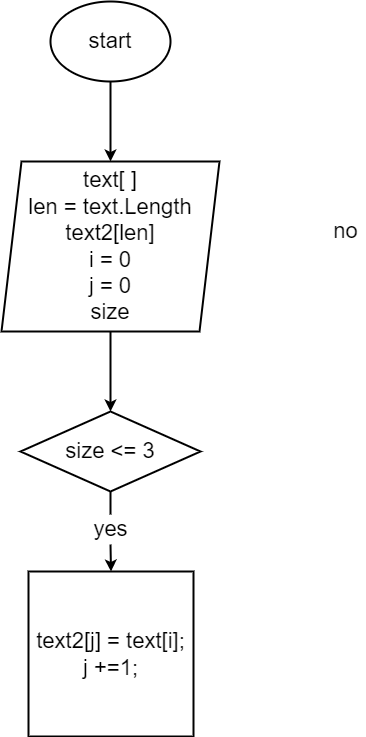
The draw.io diagram algorithm.drawio.png in winvairu/the_result_of_the_first_block, before a commit. Source tidied: cells renumbered, new cells last; positions are measured from the earlier drawing's top-left corner, leaving out a move shared by most shapes.
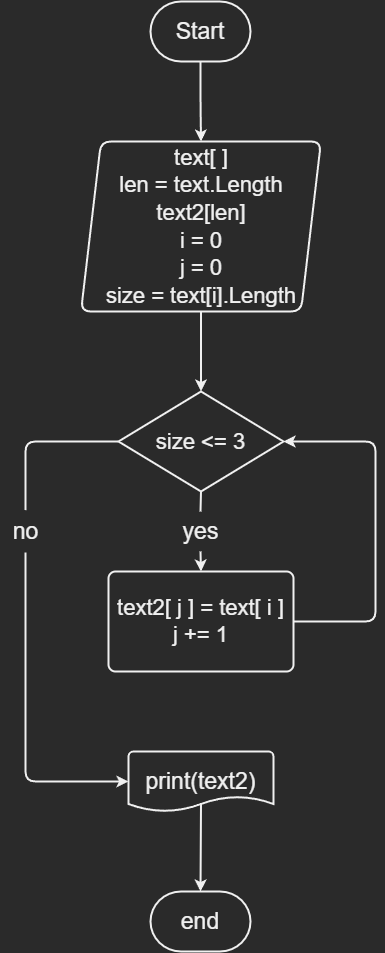
Later version of the same file.

Change to the diagram source:
```diff
@@ -2,35 +2,70 @@
   <root>
     <mxCell id="0" />
     <mxCell id="1" parent="0" />
-    <mxCell id="2" style="edgeStyle=none;html=1;exitX=0.5;exitY=1;exitDx=0;exitDy=0;entryX=0.5;entryY=0;entryDx=0;entryDy=0;fontSize=22;strokeWidth=2;" parent="1" edge="1" source="3" target="5">
-      <mxGeometry relative="1" as="geometry" />
-    </mxCell>
-    <mxCell id="3" value="&lt;font style=&quot;font-size: 22px&quot;&gt;start&lt;/font&gt;" style="ellipse;whiteSpace=wrap;html=1;strokeWidth=2;" parent="1" vertex="1">
-      <mxGeometry x="49" width="120" height="80" as="geometry" />
-    </mxCell>
-    <mxCell id="4" style="edgeStyle=none;html=1;exitX=0.5;exitY=1;exitDx=0;exitDy=0;entryX=0.5;entryY=0;entryDx=0;entryDy=0;fontSize=22;strokeWidth=2;" parent="1" edge="1" source="5" target="7">
-      <mxGeometry relative="1" as="geometry" />
-    </mxCell>
-    <mxCell id="5" value="text[ ]&lt;br&gt;len = text.Length&lt;br&gt;text2[len]&lt;br&gt;i = 0&lt;br&gt;j = 0&lt;br&gt;size" style="shape=parallelogram;perimeter=parallelogramPerimeter;whiteSpace=wrap;html=1;fixedSize=1;fontSize=22;strokeWidth=2;" parent="1" vertex="1">
-      <mxGeometry y="160" width="218" height="170" as="geometry" />
-    </mxCell>
-    <mxCell id="6" style="edgeStyle=none;html=1;exitX=0.5;exitY=1;exitDx=0;exitDy=0;entryX=0.5;entryY=0;entryDx=0;entryDy=0;fontSize=22;strokeWidth=2;startArrow=none;" parent="1" edge="1" source="10" target="9">
-      <mxGeometry relative="1" as="geometry" />
-    </mxCell>
+    <mxCell id="12" style="edgeStyle=orthogonalEdgeStyle;rounded=1;jettySize=auto;html=1;exitX=0.5;exitY=1;exitDx=0;exitDy=0;exitPerimeter=0;entryX=0.5;entryY=0;entryDx=0;entryDy=0;fontSize=23;strokeWidth=2;" parent="1" edge="1" source="13" target="15">
+      <mxGeometry relative="1" as="geometry" />
+    </mxCell>
+    <mxCell id="13" value="&lt;font style=&quot;font-size: 23px;&quot;&gt;Start&lt;/font&gt;" style="strokeWidth=2;html=1;shape=mxgraph.flowchart.terminator;whiteSpace=wrap;rounded=1;" parent="1" vertex="1">
+      <mxGeometry x="59" width="100" height="60" as="geometry" />
+    </mxCell>
+    <mxCell id="14" style="edgeStyle=orthogonalEdgeStyle;rounded=1;jettySize=auto;html=1;exitX=0.5;exitY=1;exitDx=0;exitDy=0;entryX=0.5;entryY=0;entryDx=0;entryDy=0;entryPerimeter=0;strokeWidth=2;fontSize=23;" parent="1" edge="1" source="15" target="7">
+      <mxGeometry relative="1" as="geometry" />
+    </mxCell>
+    <mxCell id="15" value="&lt;span style=&quot;font-size: 22px;&quot;&gt;text[ ]&lt;/span&gt;&lt;br style=&quot;font-size: 22px;&quot;&gt;&lt;span style=&quot;font-size: 22px;&quot;&gt;len = text.Length&lt;/span&gt;&lt;br style=&quot;font-size: 22px;&quot;&gt;&lt;span style=&quot;font-size: 22px;&quot;&gt;text2[len]&lt;/span&gt;&lt;br style=&quot;font-size: 22px;&quot;&gt;&lt;span style=&quot;font-size: 22px;&quot;&gt;i = 0&lt;/span&gt;&lt;br style=&quot;font-size: 22px;&quot;&gt;&lt;span style=&quot;font-size: 22px;&quot;&gt;j = 0&lt;/span&gt;&lt;br style=&quot;font-size: 22px;&quot;&gt;&lt;span style=&quot;font-size: 22px;&quot;&gt;size = text[i].Length&lt;/span&gt;" style="shape=parallelogram;perimeter=parallelogramPerimeter;whiteSpace=wrap;html=1;fixedSize=1;fontSize=23;strokeWidth=2;rounded=1;" parent="1" vertex="1">
+      <mxGeometry x="-10.5" y="140" width="240" height="170" as="geometry" />
+    </mxCell>
+    <mxCell id="16" style="edgeStyle=orthogonalEdgeStyle;rounded=1;jettySize=auto;html=1;exitX=0.5;exitY=1;exitDx=0;exitDy=0;exitPerimeter=0;entryX=0.5;entryY=0;entryDx=0;entryDy=0;strokeWidth=2;fontSize=23;startArrow=none;" parent="1" edge="1" source="10" target="19">
+      <mxGeometry relative="1" as="geometry" />
+    </mxCell>
+    <mxCell id="17" style="edgeStyle=orthogonalEdgeStyle;rounded=1;jettySize=auto;html=1;entryX=0;entryY=0.5;entryDx=0;entryDy=0;entryPerimeter=0;strokeWidth=2;fontSize=23;startArrow=none;" parent="1" edge="1" target="20">
+      <mxGeometry relative="1" as="geometry">
+        <mxPoint x="-66" y="551" as="sourcePoint" />
+        <Array as="points">
+          <mxPoint x="-66" y="780" />
+        </Array>
+      </mxGeometry>
+    </mxCell>
-    <mxCell id="7" value="&lt;span&gt;size &amp;lt;= 3&lt;/span&gt;" style="rhombus;whiteSpace=wrap;html=1;fontSize=22;strokeWidth=2;" parent="1" vertex="1">
-      <mxGeometry x="19" y="410" width="180" height="80" as="geometry" />
+    <mxCell id="7" value="&lt;span style=&quot;font-size: 22px;&quot;&gt;size &amp;lt;= 3&lt;/span&gt;" style="strokeWidth=2;html=1;shape=mxgraph.flowchart.decision;whiteSpace=wrap;fontSize=23;rounded=1;" parent="1" vertex="1">
+      <mxGeometry x="27" y="390" width="165" height="100" as="geometry" />
     </mxCell>
-    <mxCell id="8" value="no" style="text;html=1;align=center;verticalAlign=middle;points=[];strokeColor=none;fillColor=none;fontSize=22;" parent="1" vertex="1">
-      <mxGeometry x="324" y="215" width="40" height="30" as="geometry" />
-    </mxCell>
-    <mxCell id="9" value="&lt;div&gt;text2[j] = text[i];&lt;/div&gt;&lt;div&gt;j +=1;&lt;/div&gt;" style="whiteSpace=wrap;html=1;fontSize=22;strokeWidth=2;" parent="1" vertex="1">
-      <mxGeometry x="27" y="570" width="165" height="165" as="geometry" />
-    </mxCell>
+    <mxCell id="18" style="edgeStyle=orthogonalEdgeStyle;rounded=1;jettySize=auto;html=1;exitX=1;exitY=0.5;exitDx=0;exitDy=0;entryX=1;entryY=0.5;entryDx=0;entryDy=0;entryPerimeter=0;strokeWidth=2;fontSize=23;" parent="1" edge="1" source="19" target="7">
+      <mxGeometry relative="1" as="geometry">
+        <Array as="points">
+          <mxPoint x="284" y="620" />
+          <mxPoint x="284" y="440" />
+        </Array>
+      </mxGeometry>
+    </mxCell>
+    <mxCell id="19" value="&lt;div style=&quot;font-size: 22px;&quot;&gt;text2[ j ] = text[ i ]&lt;/div&gt;&lt;div style=&quot;font-size: 22px;&quot;&gt;j += 1&lt;/div&gt;" style="rounded=1;whiteSpace=wrap;html=1;absoluteArcSize=1;arcSize=14;strokeWidth=2;fontSize=23;" parent="1" vertex="1">
+      <mxGeometry x="17" y="570" width="185" height="100" as="geometry" />
+    </mxCell>
-    <mxCell id="10" value="yes" style="text;html=1;align=center;verticalAlign=middle;points=[];strokeColor=none;fillColor=none;fontSize=22;" parent="1" vertex="1">
-      <mxGeometry x="84" y="513" width="50" height="30" as="geometry" />
+    <mxCell id="10" value="yes" style="text;html=1;align=center;verticalAlign=middle;points=[];strokeColor=none;fillColor=none;fontSize=23;rounded=1;" parent="1" vertex="1">
+      <mxGeometry x="79" y="510" width="60" height="40" as="geometry" />
     </mxCell>
-    <mxCell id="11" style="edgeStyle=none;html=1;exitX=0.5;exitY=1;exitDx=0;exitDy=0;entryX=0.5;entryY=0;entryDx=0;entryDy=0;fontSize=22;strokeWidth=2;endArrow=none;" parent="1" edge="1" source="7" target="10">
+    <mxCell id="11" style="edgeStyle=orthogonalEdgeStyle;rounded=1;jettySize=auto;html=1;exitX=0.5;exitY=1;exitDx=0;exitDy=0;exitPerimeter=0;entryX=0.5;entryY=0;entryDx=0;entryDy=0;strokeWidth=2;fontSize=23;endArrow=none;" parent="1" edge="1" source="7" target="10">
       <mxGeometry relative="1" as="geometry" />
     </mxCell>
+    <mxCell id="20" value="print(text2)" style="strokeWidth=2;html=1;shape=mxgraph.flowchart.document2;whiteSpace=wrap;size=0.25;fontSize=23;rounded=1;" parent="1" vertex="1">
+      <mxGeometry x="37" y="750" width="145" height="60" as="geometry" />
+    </mxCell>
+    <mxCell id="8" value="no" style="text;html=1;align=center;verticalAlign=middle;points=[];strokeColor=none;fillColor=none;fontSize=23;rounded=1;" parent="1" vertex="1">
+      <mxGeometry x="-91" y="510" width="50" height="40" as="geometry" />
+    </mxCell>
+    <mxCell id="21" style="edgeStyle=orthogonalEdgeStyle;rounded=1;jettySize=auto;html=1;exitX=0;exitY=0.5;exitDx=0;exitDy=0;exitPerimeter=0;entryX=0.5;entryY=-0.033;entryDx=0;entryDy=0;entryPerimeter=0;strokeWidth=2;fontSize=23;endArrow=none;" parent="1" edge="1" source="7" target="8">
+      <mxGeometry relative="1" as="geometry">
+        <Array as="points">
+          <mxPoint x="-66" y="440" />
+        </Array>
+      </mxGeometry>
+    </mxCell>
+    <mxCell id="22" value="end" style="strokeWidth=2;html=1;shape=mxgraph.flowchart.terminator;whiteSpace=wrap;fontSize=23;rounded=1;" parent="1" vertex="1">
+      <mxGeometry x="59" y="890" width="100" height="60" as="geometry" />
+    </mxCell>
+    <mxCell id="23" style="endArrow=classic;html=1;rounded=1;strokeWidth=2;fontSize=23;exitX=0.5;exitY=0;exitDx=0;exitDy=0;exitPerimeter=0;" parent="1" edge="1">
+      <mxGeometry relative="1" as="geometry">
+        <mxPoint x="109.5" y="802" as="sourcePoint" />
+        <mxPoint x="109" y="890" as="targetPoint" />
+      </mxGeometry>
+    </mxCell>
   </root>
 </mxGraphModel>
```
